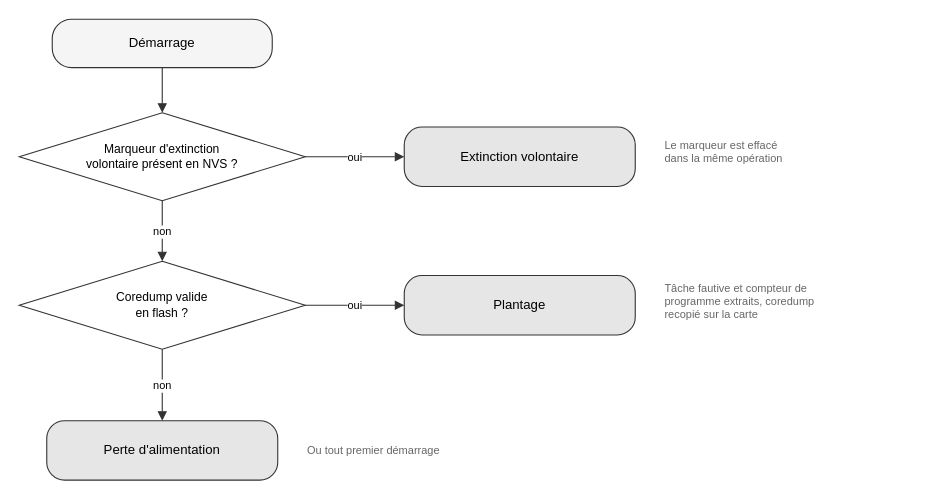
This is assets/figures/verdict_extinction.drawio from dossantosyann/TB2026-YDS-Report, a draw.io file, before an edit. Source tidied: cells renumbered, new cells numbered last; positions are measured from the earlier drawing's top-left corner, leaving out a move shared by most shapes. Both pictures are drawn from the tidied source at 110%, with x=0, y=0 at pixel (19, 19).
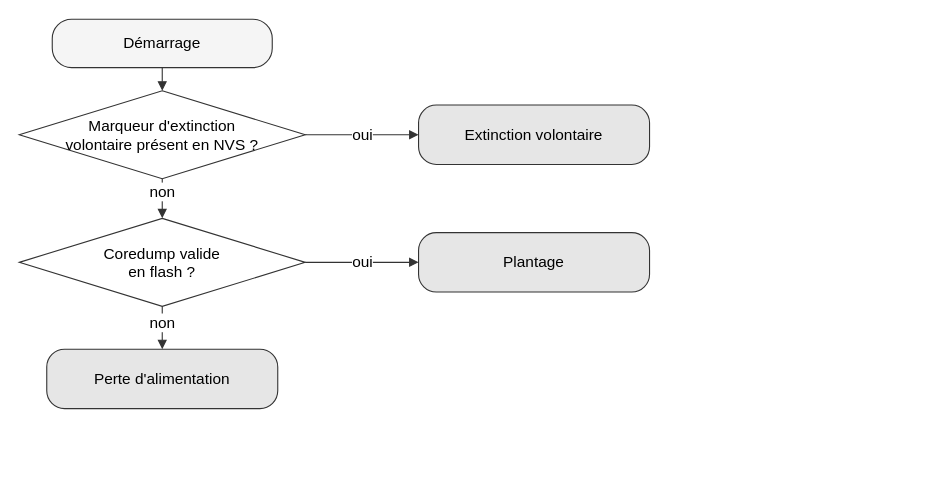
Above is the later version.

Commit message:
Mettre à jour verdict_extinction.drawio

The edit, as a diff of the source:
```diff
@@
 <mxGraphModel>
   <root>
     <mxCell id="0" />
     <mxCell id="1" parent="0" />
-    <mxCell id="2" value="Démarrage" style="rounded=1;arcSize=40;whiteSpace=wrap;html=1;fontSize=12;fillColor=#f5f5f5;strokeColor=#333333;" parent="1" vertex="1">
+    <mxCell id="2" value="Démarrage" style="rounded=1;arcSize=40;whiteSpace=wrap;html=1;fontSize=14;fillColor=#f5f5f5;strokeColor=#333333;" parent="1" vertex="1">
       <mxGeometry x="30" width="200" height="44" as="geometry" />
     </mxCell>
-    <mxCell id="3" value="Marqueur d'extinction&#10;volontaire présent en NVS ?" style="rhombus;whiteSpace=wrap;html=1;fontSize=11;strokeColor=#333333;" parent="1" vertex="1">
-      <mxGeometry y="85" width="260" height="80" as="geometry" />
+    <mxCell id="3" value="Marqueur d'extinction&#10;volontaire présent en NVS ?" style="rhombus;whiteSpace=wrap;html=1;fontSize=14;strokeColor=#333333;" parent="1" vertex="1">
+      <mxGeometry y="65" width="260" height="80" as="geometry" />
     </mxCell>
-    <mxCell id="4" value="Coredump valide&#10;en flash ?" style="rhombus;whiteSpace=wrap;html=1;fontSize=11;strokeColor=#333333;" parent="1" vertex="1">
-      <mxGeometry y="220" width="260" height="80" as="geometry" />
+    <mxCell id="4" value="Coredump valide&#10;en flash ?" style="rhombus;whiteSpace=wrap;html=1;fontSize=14;strokeColor=#333333;" parent="1" vertex="1">
+      <mxGeometry y="181" width="260" height="80" as="geometry" />
     </mxCell>
-    <mxCell id="5" value="Extinction volontaire" style="rounded=1;arcSize=30;whiteSpace=wrap;html=1;fontSize=12;fillColor=#e6e6e6;strokeColor=#333333;" parent="1" vertex="1">
-      <mxGeometry x="350" y="98" width="210" height="54" as="geometry" />
+    <mxCell id="5" value="Extinction volontaire" style="rounded=1;arcSize=30;whiteSpace=wrap;html=1;fontSize=14;fillColor=#e6e6e6;strokeColor=#333333;" parent="1" vertex="1">
+      <mxGeometry x="363" y="78" width="210" height="54" as="geometry" />
     </mxCell>
-    <mxCell id="6" value="Plantage" style="rounded=1;arcSize=30;whiteSpace=wrap;html=1;fontSize=12;fillColor=#e6e6e6;strokeColor=#333333;" parent="1" vertex="1">
-      <mxGeometry x="350" y="233" width="210" height="54" as="geometry" />
+    <mxCell id="6" value="Plantage" style="rounded=1;arcSize=30;whiteSpace=wrap;html=1;fontSize=14;fillColor=#e6e6e6;strokeColor=#333333;" parent="1" vertex="1">
+      <mxGeometry x="363" y="194" width="210" height="54" as="geometry" />
     </mxCell>
-    <mxCell id="7" value="Perte d'alimentation" style="rounded=1;arcSize=30;whiteSpace=wrap;html=1;fontSize=12;fillColor=#e6e6e6;strokeColor=#333333;" parent="1" vertex="1">
-      <mxGeometry x="25" y="365" width="210" height="54" as="geometry" />
+    <mxCell id="7" value="Perte d'alimentation" style="rounded=1;arcSize=30;whiteSpace=wrap;html=1;fontSize=14;fillColor=#e6e6e6;strokeColor=#333333;" parent="1" vertex="1">
+      <mxGeometry x="25" y="300" width="210" height="54" as="geometry" />
     </mxCell>
-    <mxCell id="8" value="Le marqueur est effacé&#10;dans la même opération" style="text;html=1;fontSize=10;fontColor=#666666;align=left;verticalAlign=top;" parent="1" vertex="1">
-      <mxGeometry x="585" y="102" width="230" height="40" as="geometry" />
-    </mxCell>
-    <mxCell id="9" value="Tâche fautive et compteur de&#10;programme extraits, coredump&#10;recopié sur la carte" style="text;html=1;fontSize=10;fontColor=#666666;align=left;verticalAlign=top;" parent="1" vertex="1">
-      <mxGeometry x="585" y="232" width="230" height="56" as="geometry" />
-    </mxCell>
-    <mxCell id="10" value="Ou tout premier démarrage" style="text;html=1;fontSize=10;fontColor=#666666;align=left;verticalAlign=middle;" parent="1" vertex="1">
-      <mxGeometry x="260" y="375" width="230" height="34" as="geometry" />
-    </mxCell>
-    <mxCell id="11" style="edgeStyle=orthogonalEdgeStyle;html=1;rounded=0;endArrow=block;endFill=1;strokeColor=#333333;" parent="1" edge="1" source="2" target="3">
+    <mxCell id="11" style="edgeStyle=orthogonalEdgeStyle;html=1;rounded=0;endArrow=block;endFill=1;strokeColor=#333333;fontSize=14;" parent="1" edge="1" source="2" target="3">
       <mxGeometry relative="1" as="geometry" />
     </mxCell>
-    <mxCell id="12" value="oui" style="edgeStyle=orthogonalEdgeStyle;html=1;rounded=0;endArrow=block;endFill=1;strokeColor=#333333;fontSize=10;exitX=1;exitY=0.5;exitDx=0;exitDy=0;entryX=0;entryY=0.5;entryDx=0;entryDy=0;" parent="1" edge="1" source="3" target="5">
+    <mxCell id="12" value="oui" style="edgeStyle=orthogonalEdgeStyle;html=1;rounded=0;endArrow=block;endFill=1;strokeColor=#333333;fontSize=14;exitX=1;exitY=0.5;exitDx=0;exitDy=0;entryX=0;entryY=0.5;entryDx=0;entryDy=0;" parent="1" edge="1" source="3" target="5">
       <mxGeometry relative="1" as="geometry" />
     </mxCell>
-    <mxCell id="13" value="non" style="edgeStyle=orthogonalEdgeStyle;html=1;rounded=0;endArrow=block;endFill=1;strokeColor=#333333;fontSize=10;exitX=0.5;exitY=1;exitDx=0;exitDy=0;entryX=0.5;entryY=0;entryDx=0;entryDy=0;" parent="1" edge="1" source="3" target="4">
-      <mxGeometry relative="1" as="geometry" />
+    <mxCell id="13" value="non" style="edgeStyle=orthogonalEdgeStyle;html=1;rounded=0;endArrow=block;endFill=1;strokeColor=#333333;fontSize=14;exitX=0.5;exitY=1;exitDx=0;exitDy=0;entryX=0.5;entryY=0;entryDx=0;entryDy=0;" parent="1" edge="1" source="3" target="4">
+      <mxGeometry x="-0.33" relative="1" as="geometry" />
     </mxCell>
-    <mxCell id="14" value="oui" style="edgeStyle=orthogonalEdgeStyle;html=1;rounded=0;endArrow=block;endFill=1;strokeColor=#333333;fontSize=10;exitX=1;exitY=0.5;exitDx=0;exitDy=0;entryX=0;entryY=0.5;entryDx=0;entryDy=0;" parent="1" edge="1" source="4" target="6">
+    <mxCell id="14" value="oui" style="edgeStyle=orthogonalEdgeStyle;html=1;rounded=0;endArrow=block;endFill=1;strokeColor=#333333;fontSize=14;exitX=1;exitY=0.5;exitDx=0;exitDy=0;entryX=0;entryY=0.5;entryDx=0;entryDy=0;" parent="1" edge="1" source="4" target="6">
       <mxGeometry relative="1" as="geometry" />
     </mxCell>
-    <mxCell id="15" value="non" style="edgeStyle=orthogonalEdgeStyle;html=1;rounded=0;endArrow=block;endFill=1;strokeColor=#333333;fontSize=10;exitX=0.5;exitY=1;exitDx=0;exitDy=0;entryX=0.5;entryY=0;entryDx=0;entryDy=0;" parent="1" edge="1" source="4" target="7">
-      <mxGeometry relative="1" as="geometry" />
+    <mxCell id="15" value="non" style="edgeStyle=orthogonalEdgeStyle;html=1;rounded=0;endArrow=block;endFill=1;strokeColor=#333333;fontSize=14;exitX=0.5;exitY=1;exitDx=0;exitDy=0;entryX=0.5;entryY=0;entryDx=0;entryDy=0;" parent="1" edge="1" source="4" target="7">
+      <mxGeometry x="-0.25" relative="1" as="geometry" />
     </mxCell>
   </root>
 </mxGraphModel>
```
